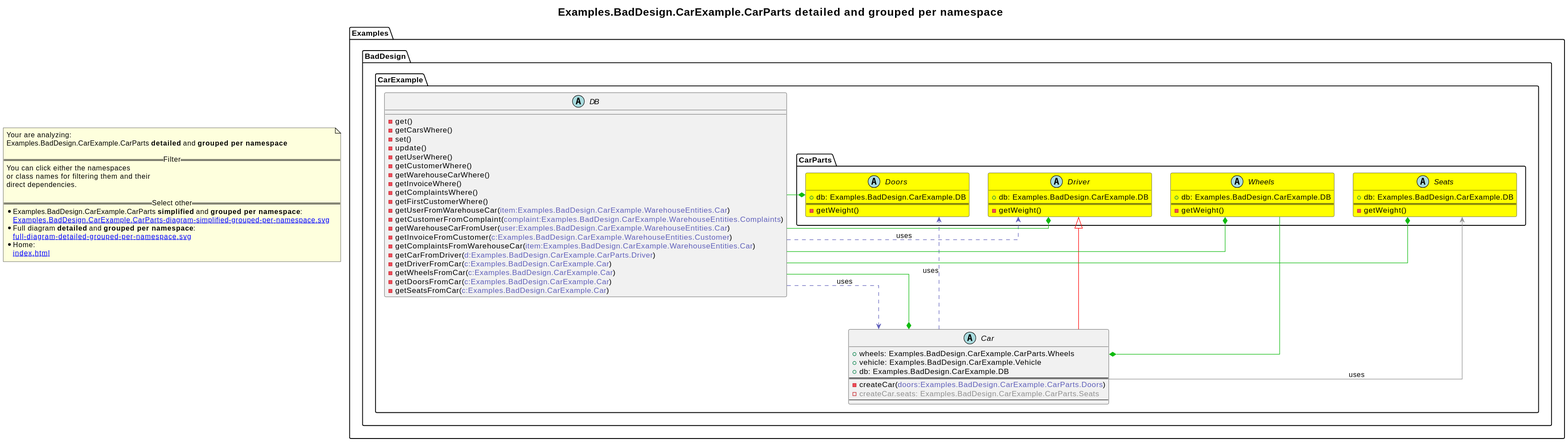
The PlantUML diagram revenger-csharp-adapter.out/Examples.BadDesign.CarExample.CarParts-diagram-detailed-grouped-per-namespace.svg in 2BlackCoffees/revenger, before a commit.
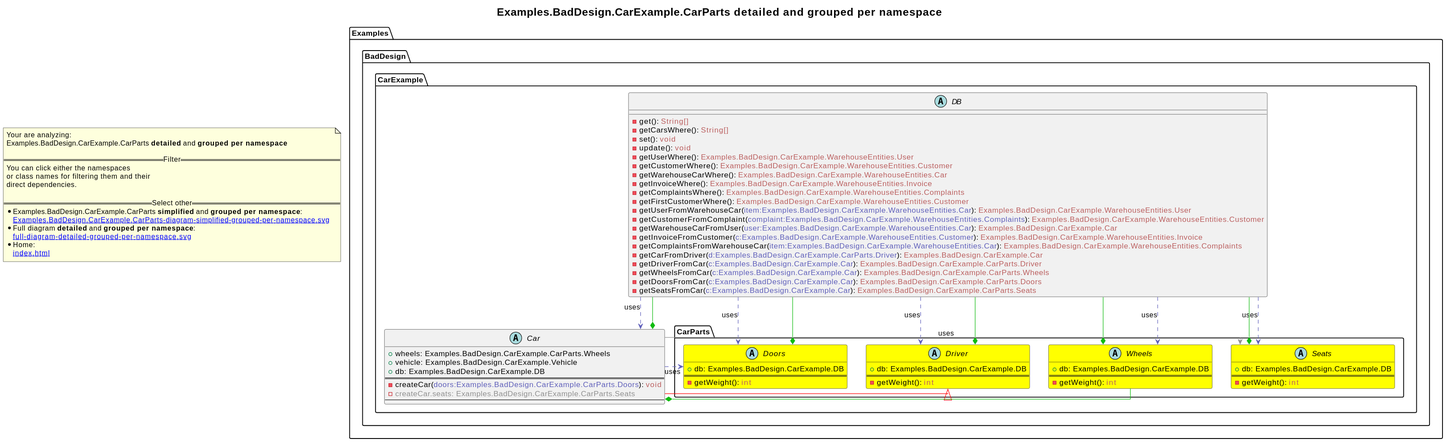
Above is the later version.

Change to the diagram source:
```diff
@@ -6,33 +6,33 @@
 namespace Examples.BadDesign [[Examples.BadDesign-diagram-detailed-grouped-per-namespace.svg]] {
 namespace Examples.BadDesign.CarExample [[Examples.BadDesign.CarExample-diagram-detailed-grouped-per-namespace.svg]] {
     abstract class Examples.BadDesign.CarExample.DB [[Examples.BadDesign.CarExample.DB-diagram-detailed-grouped-per-namespace.svg]]  {
-      - get(<font color="6060BB"></font>)
-      - getCarsWhere(<font color="6060BB"></font>)
-      - set(<font color="6060BB"></font>)
-      - update(<font color="6060BB"></font>)
-      - getUserWhere(<font color="6060BB"></font>)
-      - getCustomerWhere(<font color="6060BB"></font>)
-      - getWarehouseCarWhere(<font color="6060BB"></font>)
-      - getInvoiceWhere(<font color="6060BB"></font>)
-      - getComplaintsWhere(<font color="6060BB"></font>)
-      - getFirstCustomerWhere(<font color="6060BB"></font>)
-      - getUserFromWarehouseCar(<font color="6060BB">item:Examples.BadDesign.CarExample.WarehouseEntities.Car</font>)
-      - getCustomerFromComplaint(<font color="6060BB">complaint:Examples.BadDesign.CarExample.WarehouseEntities.Complaints</font>)
-      - getWarehouseCarFromUser(<font color="6060BB">user:Examples.BadDesign.CarExample.WarehouseEntities.Car</font>)
-      - getInvoiceFromCustomer(<font color="6060BB">c:Examples.BadDesign.CarExample.WarehouseEntities.Customer</font>)
-      - getComplaintsFromWarehouseCar(<font color="6060BB">item:Examples.BadDesign.CarExample.WarehouseEntities.Car</font>)
-      - getCarFromDriver(<font color="6060BB">d:Examples.BadDesign.CarExample.CarParts.Driver</font>)
-      - getDriverFromCar(<font color="6060BB">c:Examples.BadDesign.CarExample.Car</font>)
-      - getWheelsFromCar(<font color="6060BB">c:Examples.BadDesign.CarExample.Car</font>)
-      - getDoorsFromCar(<font color="6060BB">c:Examples.BadDesign.CarExample.Car</font>)
-      - getSeatsFromCar(<font color="6060BB">c:Examples.BadDesign.CarExample.Car</font>)
+      - get(<font color="6060BB"></font>): <font color="BB6060">String[]</font>
+      - getCarsWhere(<font color="6060BB"></font>): <font color="BB6060">String[]</font>
+      - set(<font color="6060BB"></font>): <font color="BB6060">void</font>
+      - update(<font color="6060BB"></font>): <font color="BB6060">void</font>
+      - getUserWhere(<font color="6060BB"></font>): <font color="BB6060">Examples.BadDesign.CarExample.WarehouseEntities.User</font>
+      - getCustomerWhere(<font color="6060BB"></font>): <font color="BB6060">Examples.BadDesign.CarExample.WarehouseEntities.Customer</font>
+      - getWarehouseCarWhere(<font color="6060BB"></font>): <font color="BB6060">Examples.BadDesign.CarExample.WarehouseEntities.Car</font>
+      - getInvoiceWhere(<font color="6060BB"></font>): <font color="BB6060">Examples.BadDesign.CarExample.WarehouseEntities.Invoice</font>
+      - getComplaintsWhere(<font color="6060BB"></font>): <font color="BB6060">Examples.BadDesign.CarExample.WarehouseEntities.Complaints</font>
+      - getFirstCustomerWhere(<font color="6060BB"></font>): <font color="BB6060">Examples.BadDesign.CarExample.WarehouseEntities.Customer</font>
+      - getUserFromWarehouseCar(<font color="6060BB">item:Examples.BadDesign.CarExample.WarehouseEntities.Car</font>): <font color="BB6060">Examples.BadDesign.CarExample.WarehouseEntities.User</font>
+      - getCustomerFromComplaint(<font color="6060BB">complaint:Examples.BadDesign.CarExample.WarehouseEntities.Complaints</font>): <font color="BB6060">Examples.BadDesign.CarExample.WarehouseEntities.Customer</font>
+      - getWarehouseCarFromUser(<font color="6060BB">user:Examples.BadDesign.CarExample.WarehouseEntities.Car</font>): <font color="BB6060">Examples.BadDesign.CarExample.Car</font>
+      - getInvoiceFromCustomer(<font color="6060BB">c:Examples.BadDesign.CarExample.WarehouseEntities.Customer</font>): <font color="BB6060">Examples.BadDesign.CarExample.WarehouseEntities.Invoice</font>
+      - getComplaintsFromWarehouseCar(<font color="6060BB">item:Examples.BadDesign.CarExample.WarehouseEntities.Car</font>): <font color="BB6060">Examples.BadDesign.CarExample.WarehouseEntities.Complaints</font>
+      - getCarFromDriver(<font color="6060BB">d:Examples.BadDesign.CarExample.CarParts.Driver</font>): <font color="BB6060">Examples.BadDesign.CarExample.Car</font>
+      - getDriverFromCar(<font color="6060BB">c:Examples.BadDesign.CarExample.Car</font>): <font color="BB6060">Examples.BadDesign.CarExample.CarParts.Driver</font>
+      - getWheelsFromCar(<font color="6060BB">c:Examples.BadDesign.CarExample.Car</font>): <font color="BB6060">Examples.BadDesign.CarExample.CarParts.Wheels</font>
+      - getDoorsFromCar(<font color="6060BB">c:Examples.BadDesign.CarExample.Car</font>): <font color="BB6060">Examples.BadDesign.CarExample.CarParts.Doors</font>
+      - getSeatsFromCar(<font color="6060BB">c:Examples.BadDesign.CarExample.Car</font>): <font color="BB6060">Examples.BadDesign.CarExample.CarParts.Seats</font>
     }
     abstract class Examples.BadDesign.CarExample.Car [[Examples.BadDesign.CarExample.Car-diagram-detailed-grouped-per-namespace.svg]]  {
       + wheels: Examples.BadDesign.CarExample.CarParts.Wheels
       + vehicle: Examples.BadDesign.CarExample.Vehicle
       + db: Examples.BadDesign.CarExample.DB
 ==
-      - createCar(<font color="6060BB">doors:Examples.BadDesign.CarExample.CarParts.Doors</font>)
+      - createCar(<font color="6060BB">doors:Examples.BadDesign.CarExample.CarParts.Doors</font>): <font color="BB6060">void</font>
       - <font color="909090">createCar.seats: Examples.BadDesign.CarExample.CarParts.Seats</font>
 --
     }
@@ -46,29 +46,32 @@
       abstract class Examples.BadDesign.CarExample.CarParts.Seats [[Examples.BadDesign.CarExample.CarParts.Seats-diagram-detailed-grouped-per-namespace.svg]] #yellow {
         + db: Examples.BadDesign.CarExample.DB
 ==
-        - getWeight(<font color="6060BB"></font>)
+        - getWeight(<font color="6060BB"></font>): <font color="BB6060">int</font>
       }
       abstract class Examples.BadDesign.CarExample.CarParts.Wheels [[Examples.BadDesign.CarExample.CarParts.Wheels-diagram-detailed-grouped-per-namespace.svg]] #yellow {
         + db: Examples.BadDesign.CarExample.DB
 ==
-        - getWeight(<font color="6060BB"></font>)
+        - getWeight(<font color="6060BB"></font>): <font color="BB6060">int</font>
       }
       abstract class Examples.BadDesign.CarExample.CarParts.Driver [[Examples.BadDesign.CarExample.CarParts.Driver-diagram-detailed-grouped-per-namespace.svg]] #yellow {
         + db: Examples.BadDesign.CarExample.DB
 ==
-        - getWeight(<font color="6060BB"></font>)
+        - getWeight(<font color="6060BB"></font>): <font color="BB6060">int</font>
       }
       abstract class Examples.BadDesign.CarExample.CarParts.Doors [[Examples.BadDesign.CarExample.CarParts.Doors-diagram-detailed-grouped-per-namespace.svg]] #yellow {
         + db: Examples.BadDesign.CarExample.DB
 ==
-        - getWeight(<font color="6060BB"></font>)
+        - getWeight(<font color="6060BB"></font>): <font color="BB6060">int</font>
       }
 }
 }
 }
 }
+Examples.BadDesign.CarExample.DB .[#6060BB].> Examples.BadDesign.CarExample.Car  : uses
 Examples.BadDesign.CarExample.DB .[#6060BB].> Examples.BadDesign.CarExample.CarParts.Driver  : uses
-Examples.BadDesign.CarExample.DB .[#6060BB].> Examples.BadDesign.CarExample.Car  : uses
+Examples.BadDesign.CarExample.DB .[#6060BB].> Examples.BadDesign.CarExample.CarParts.Wheels  : uses
+Examples.BadDesign.CarExample.DB .[#6060BB].> Examples.BadDesign.CarExample.CarParts.Doors  : uses
+Examples.BadDesign.CarExample.DB .[#6060BB].> Examples.BadDesign.CarExample.CarParts.Seats  : uses
 Examples.BadDesign.CarExample.CarParts.Driver <|-[#red]- Examples.BadDesign.CarExample.Car
 Examples.BadDesign.CarExample.Car *-[#10BB10]- Examples.BadDesign.CarExample.CarParts.Wheels
 Examples.BadDesign.CarExample.Car *-[#10BB10]- Examples.BadDesign.CarExample.DB
```
